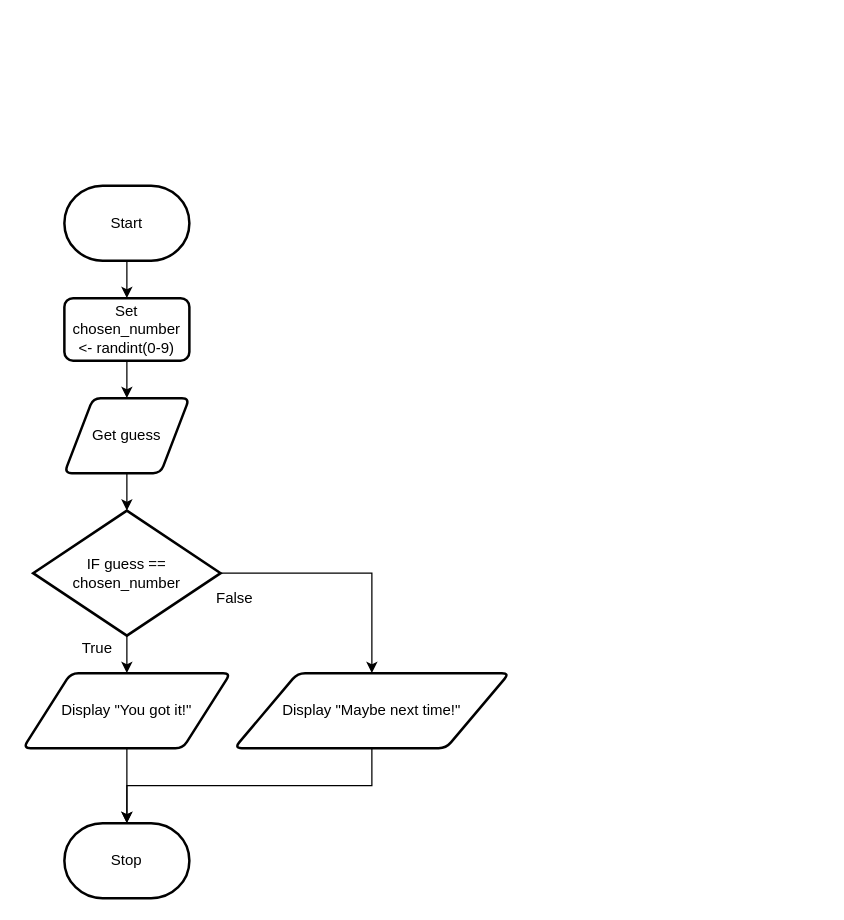
Samuel-Webster-178/ICS3U-Unit3-Unit3-06-Python keeps this draw.io diagram as page "Flowchart" (1 of 2) of design.drawio. Above is the earlier version. Source tidied: cells renumbered, new cells numbered last; positions are measured from the earlier drawing's top-left corner, leaving out a move shared by most shapes. Both pictures are drawn from the tidied source at 125%, with x=0, y=0 at pixel (22, 185).
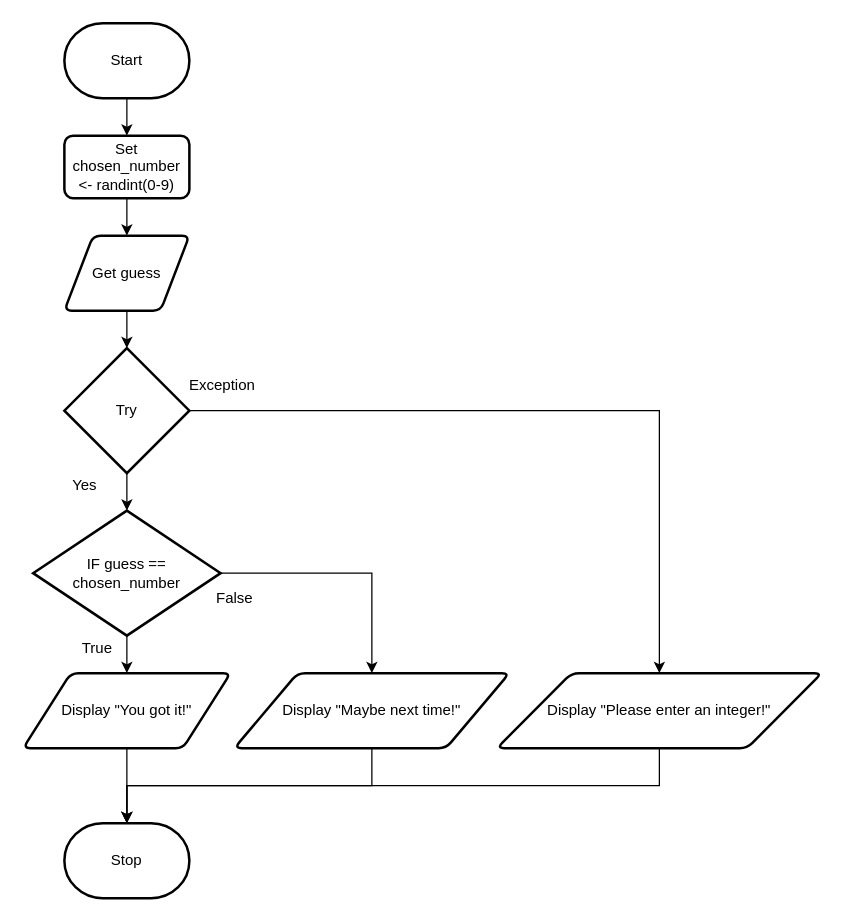
Above is the later version.

The change refers to these unchanged cells:
```xml
<mxCell id="9" value="Stop" style="strokeWidth=2;html=1;shape=mxgraph.flowchart.terminator;whiteSpace=wrap;" parent="1" vertex="1">
  <mxGeometry x="33" y="510" width="100" height="60" as="geometry" />
</mxCell>
<mxCell id="13" value="IF guess == chosen_number" style="strokeWidth=2;html=1;shape=mxgraph.flowchart.decision;whiteSpace=wrap;" parent="1" vertex="1">
  <mxGeometry x="8" y="260" width="150" height="100" as="geometry" />
</mxCell>
```

What changed in the source:
```diff
@@
     <mxCell id="2" style="edgeStyle=none;html=1;" parent="1" edge="1" target="6">
       <mxGeometry relative="1" as="geometry">
-        <mxPoint x="83" y="140" as="sourcePoint" />
+        <mxPoint x="83" y="10" as="sourcePoint" />
       </mxGeometry>
     </mxCell>
@@
     <mxCell id="4" value="Start" style="strokeWidth=2;html=1;shape=mxgraph.flowchart.terminator;whiteSpace=wrap;" parent="1" vertex="1">
-      <mxGeometry x="33" width="100" height="60" as="geometry" />
+      <mxGeometry x="33" y="-130" width="100" height="60" as="geometry" />
     </mxCell>
-    <mxCell id="5" style="edgeStyle=none;html=1;entryX=0.5;entryY=0;entryDx=0;entryDy=0;entryPerimeter=0;" parent="1" edge="1" source="6" target="13">
-      <mxGeometry relative="1" as="geometry" />
-    </mxCell>
+    <mxCell id="18" style="edgeStyle=none;html=1;" parent="1" edge="1" source="6" target="21">
+      <mxGeometry relative="1" as="geometry" />
+    </mxCell>
     <mxCell id="6" value="Get guess" style="shape=parallelogram;html=1;strokeWidth=2;perimeter=parallelogramPerimeter;whiteSpace=wrap;rounded=1;arcSize=12;size=0.23;" parent="1" vertex="1">
-      <mxGeometry x="33" y="170" width="100" height="60" as="geometry" />
+      <mxGeometry x="33" y="40" width="100" height="60" as="geometry" />
     </mxCell>
@@
     <mxCell id="10" value="Set chosen_number &amp;lt;- randint(0-9)" style="rounded=1;whiteSpace=wrap;html=1;absoluteArcSize=1;arcSize=14;strokeWidth=2;" parent="1" vertex="1">
-      <mxGeometry x="33" y="90" width="100" height="50" as="geometry" />
+      <mxGeometry x="33" y="-40" width="100" height="50" as="geometry" />
     </mxCell>
@@
+    <mxCell id="19" style="edgeStyle=none;html=1;" parent="1" edge="1" source="21" target="13">
+      <mxGeometry relative="1" as="geometry" />
+    </mxCell>
+    <mxCell id="20" style="edgeStyle=orthogonalEdgeStyle;html=1;entryX=0.5;entryY=0;entryDx=0;entryDy=0;rounded=0;" parent="1" edge="1" source="21" target="25">
+      <mxGeometry relative="1" as="geometry" />
+    </mxCell>
+    <mxCell id="21" value="Try" style="strokeWidth=2;html=1;shape=mxgraph.flowchart.decision;whiteSpace=wrap;" parent="1" vertex="1">
+      <mxGeometry x="33" y="130" width="100" height="100" as="geometry" />
+    </mxCell>
+    <mxCell id="22" value="Yes" style="text;html=1;align=center;verticalAlign=middle;strokeColor=none;fillColor=none;" parent="1" vertex="1">
+      <mxGeometry x="29" y="230" width="40" height="20" as="geometry" />
+    </mxCell>
+    <mxCell id="23" value="Exception" style="text;html=1;align=center;verticalAlign=middle;strokeColor=none;fillColor=none;" parent="1" vertex="1">
+      <mxGeometry x="124" y="150" width="70" height="20" as="geometry" />
+    </mxCell>
+    <mxCell id="24" style="edgeStyle=orthogonalEdgeStyle;rounded=0;html=1;" parent="1" edge="1" source="25" target="9">
+      <mxGeometry relative="1" as="geometry">
+        <Array as="points">
+          <mxPoint x="509" y="480" />
+          <mxPoint x="83" y="480" />
+        </Array>
+      </mxGeometry>
+    </mxCell>
+    <mxCell id="25" value="Display &quot;Please enter an integer!&quot;" style="shape=parallelogram;html=1;strokeWidth=2;perimeter=parallelogramPerimeter;whiteSpace=wrap;rounded=1;arcSize=12;size=0.23;" parent="1" vertex="1">
+      <mxGeometry x="379" y="390" width="260" height="60" as="geometry" />
+    </mxCell>
```
